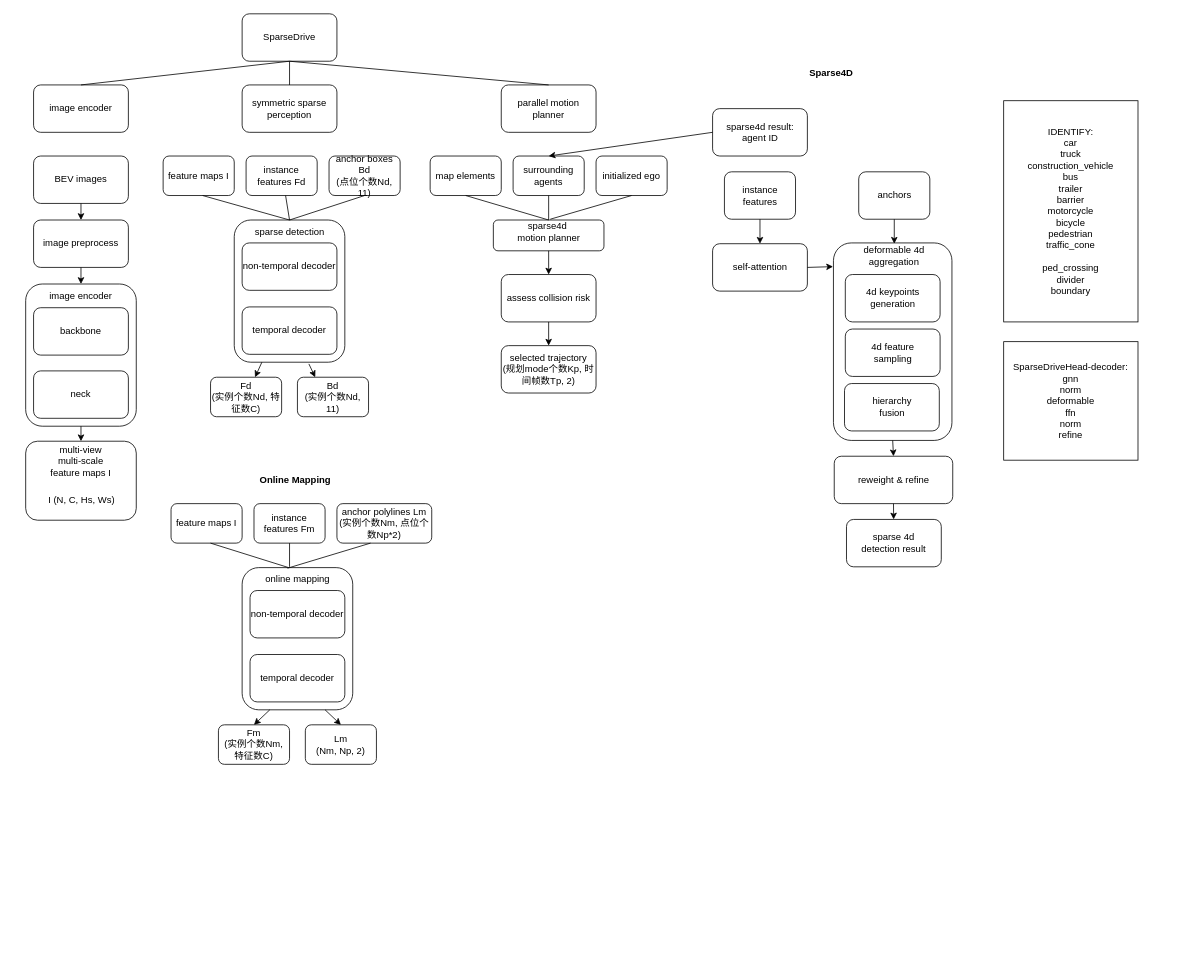
Above: sparsedrive.drawio in wxxsusie/files (draw.io), before the change. Source tidied: cells renumbered, new cells numbered last; positions are measured from the earlier drawing's top-left corner, leaving out a move shared by most shapes. Both pictures are drawn from the tidied source at 79%, with x=0, y=0 at pixel (25, 13).
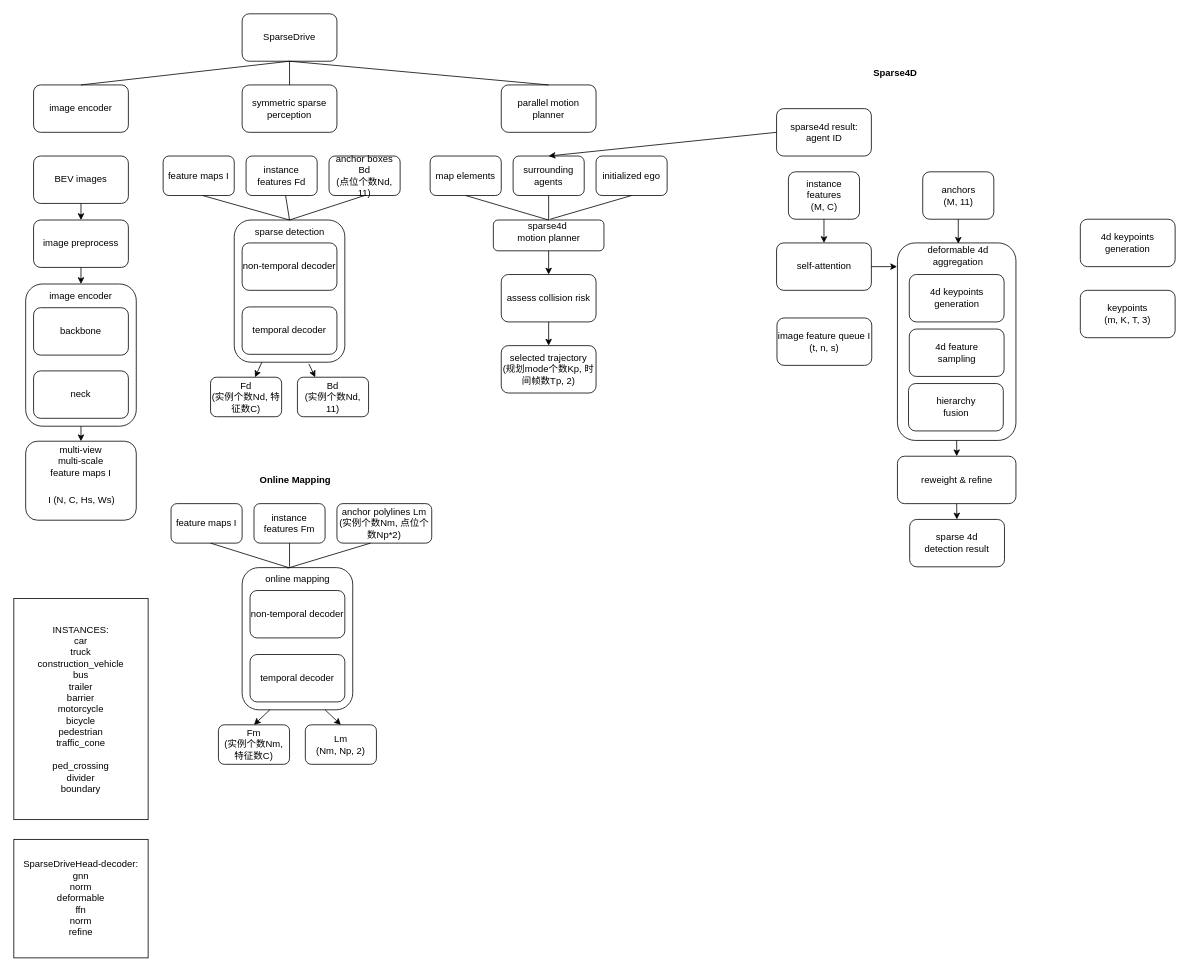
Above is the later version.

The edit, as a diff of the source:
```diff
@@
-    <mxCell id="38" value="&lt;div&gt;IDENTIFY:&lt;/div&gt;car&lt;div&gt;truck&lt;/div&gt;&lt;div&gt;construction_vehicle&lt;/div&gt;&lt;div&gt;bus&lt;/div&gt;&lt;div&gt;trailer&lt;/div&gt;&lt;div&gt;barrier&lt;/div&gt;&lt;div&gt;motorcycle&lt;/div&gt;&lt;div&gt;bicycle&lt;/div&gt;&lt;div&gt;pedestrian&lt;/div&gt;&lt;div&gt;traffic_cone&lt;/div&gt;&lt;div&gt;&lt;br&gt;&lt;/div&gt;&lt;div&gt;ped_crossing&lt;/div&gt;&lt;div&gt;divider&lt;/div&gt;&lt;div&gt;boundary&lt;/div&gt;" style="rounded=0;whiteSpace=wrap;html=1;" parent="1" vertex="1">
-      <mxGeometry x="1238" y="110" width="170" height="280" as="geometry" />
-    </mxCell>
-    <mxCell id="39" value="&lt;div&gt;SparseDriveHead-decoder:&lt;/div&gt;gnn&lt;div&gt;norm&lt;/div&gt;&lt;div&gt;deformable&lt;/div&gt;&lt;div&gt;ffn&lt;/div&gt;&lt;div&gt;norm&lt;/div&gt;&lt;div&gt;refine&lt;/div&gt;" style="rounded=0;whiteSpace=wrap;html=1;" parent="1" vertex="1">
-      <mxGeometry x="1238" y="415" width="170" height="150" as="geometry" />
-    </mxCell>
@@
-    <mxCell id="61" value="instance features" style="rounded=1;whiteSpace=wrap;html=1;" parent="1" vertex="1">
-      <mxGeometry x="884.5" y="200" width="90" height="60" as="geometry" />
+    <mxCell id="61" value="instance features&lt;div&gt;(M, C)&lt;/div&gt;" style="rounded=1;whiteSpace=wrap;html=1;" parent="1" vertex="1">
+      <mxGeometry x="965.5" y="200" width="90" height="60" as="geometry" />
     </mxCell>
-    <mxCell id="62" value="anchors" style="rounded=1;whiteSpace=wrap;html=1;" parent="1" vertex="1">
-      <mxGeometry x="1054.5" y="200" width="90" height="60" as="geometry" />
+    <mxCell id="62" value="anchors&lt;div&gt;(M, 11)&lt;/div&gt;" style="rounded=1;whiteSpace=wrap;html=1;" parent="1" vertex="1">
+      <mxGeometry x="1135.5" y="200" width="90" height="60" as="geometry" />
     </mxCell>
     <mxCell id="63" value="self-attention" style="rounded=1;whiteSpace=wrap;html=1;" parent="1" vertex="1">
-      <mxGeometry x="869.5" y="291" width="120" height="60" as="geometry" />
+      <mxGeometry x="950.5" y="290" width="120" height="60" as="geometry" />
     </mxCell>
     <mxCell id="64" style="rounded=1;whiteSpace=wrap;html=1;" parent="1" vertex="1">
-      <mxGeometry x="1022.5" y="290" width="150" height="250" as="geometry" />
+      <mxGeometry x="1103.5" y="290" width="150" height="250" as="geometry" />
     </mxCell>
     <mxCell id="65" value="deformable 4d aggregation" style="text;html=1;align=center;verticalAlign=middle;whiteSpace=wrap;rounded=0;" parent="1" vertex="1">
-      <mxGeometry x="1058" y="291" width="83" height="30" as="geometry" />
+      <mxGeometry x="1139" y="291" width="83" height="30" as="geometry" />
     </mxCell>
     <mxCell id="66" value="4d keypoints generation" style="rounded=1;whiteSpace=wrap;html=1;" parent="1" vertex="1">
-      <mxGeometry x="1037.5" y="330" width="120" height="60" as="geometry" />
+      <mxGeometry x="1118.5" y="330" width="120" height="60" as="geometry" />
     </mxCell>
     <mxCell id="67" value="4d feature&lt;br&gt;sampling" style="rounded=1;whiteSpace=wrap;html=1;" parent="1" vertex="1">
-      <mxGeometry x="1037.5" y="399" width="120" height="60" as="geometry" />
+      <mxGeometry x="1118.5" y="399" width="120" height="60" as="geometry" />
     </mxCell>
     <mxCell id="68" value="hierarchy&lt;div&gt;fusion&lt;/div&gt;" style="rounded=1;whiteSpace=wrap;html=1;" parent="1" vertex="1">
-      <mxGeometry x="1036.5" y="468" width="120" height="60" as="geometry" />
+      <mxGeometry x="1117.5" y="468" width="120" height="60" as="geometry" />
     </mxCell>
@@
     <mxCell id="70" style="endArrow=classic;html=1;rounded=0;exitX=1;exitY=0.5;exitDx=0;exitDy=0;" parent="1" edge="1" source="63">
       <mxGeometry relative="1" as="geometry">
-        <mxPoint x="1022" y="320" as="targetPoint" />
+        <mxPoint x="1103" y="320" as="targetPoint" />
       </mxGeometry>
     </mxCell>
@@
     <mxCell id="72" value="reweight &amp;amp; refine" style="rounded=1;whiteSpace=wrap;html=1;" parent="1" vertex="1">
-      <mxGeometry x="1023.5" y="560" width="150" height="60" as="geometry" />
+      <mxGeometry x="1103.5" y="560" width="150" height="60" as="geometry" />
     </mxCell>
@@
     <mxCell id="74" value="sparse 4d&lt;div&gt;detection result&lt;/div&gt;" style="rounded=1;whiteSpace=wrap;html=1;" parent="1" vertex="1">
-      <mxGeometry x="1039" y="640" width="120" height="60" as="geometry" />
+      <mxGeometry x="1119" y="640" width="120" height="60" as="geometry" />
     </mxCell>
@@
     <mxCell id="76" value="sparse4d result:&lt;div&gt;agent ID&lt;/div&gt;" style="rounded=1;whiteSpace=wrap;html=1;" parent="1" vertex="1">
-      <mxGeometry x="869.5" y="120" width="120" height="60" as="geometry" />
+      <mxGeometry x="950.5" y="120" width="120" height="60" as="geometry" />
     </mxCell>
@@
     <mxCell id="81" value="&lt;b&gt;Sparse4D&lt;/b&gt;" style="text;html=1;align=center;verticalAlign=middle;whiteSpace=wrap;rounded=0;" parent="1" vertex="1">
-      <mxGeometry x="990" y="60" width="60" height="30" as="geometry" />
+      <mxGeometry x="1071" y="60" width="60" height="30" as="geometry" />
     </mxCell>
+    <mxCell id="82" value="image feature queue I&lt;div&gt;(t, n, s)&lt;/div&gt;" style="rounded=1;whiteSpace=wrap;html=1;" parent="1" vertex="1">
+      <mxGeometry x="951" y="385" width="120" height="60" as="geometry" />
+    </mxCell>
+    <mxCell id="83" value="&lt;div&gt;INSTANCES:&lt;/div&gt;car&lt;div&gt;truck&lt;/div&gt;&lt;div&gt;construction_vehicle&lt;/div&gt;&lt;div&gt;bus&lt;/div&gt;&lt;div&gt;trailer&lt;/div&gt;&lt;div&gt;barrier&lt;/div&gt;&lt;div&gt;motorcycle&lt;/div&gt;&lt;div&gt;bicycle&lt;/div&gt;&lt;div&gt;pedestrian&lt;/div&gt;&lt;div&gt;traffic_cone&lt;/div&gt;&lt;div&gt;&lt;br&gt;&lt;/div&gt;&lt;div&gt;ped_crossing&lt;/div&gt;&lt;div&gt;divider&lt;/div&gt;&lt;div&gt;boundary&lt;/div&gt;" style="rounded=0;whiteSpace=wrap;html=1;" parent="1" vertex="1">
+      <mxGeometry x="-15" y="740" width="170" height="280" as="geometry" />
+    </mxCell>
+    <mxCell id="39" value="&lt;div&gt;SparseDriveHead-decoder:&lt;/div&gt;gnn&lt;div&gt;norm&lt;/div&gt;&lt;div&gt;deformable&lt;/div&gt;&lt;div&gt;ffn&lt;/div&gt;&lt;div&gt;norm&lt;/div&gt;&lt;div&gt;refine&lt;/div&gt;" style="rounded=0;whiteSpace=wrap;html=1;" parent="1" vertex="1">
+      <mxGeometry x="-15" y="1045" width="170" height="150" as="geometry" />
+    </mxCell>
+    <mxCell id="84" value="4d keypoints generation" style="rounded=1;whiteSpace=wrap;html=1;" parent="1" vertex="1">
+      <mxGeometry x="1335" y="260" width="120" height="60" as="geometry" />
+    </mxCell>
+    <mxCell id="85" value="keypoints&lt;div&gt;(m, K, T, 3)&lt;/div&gt;" style="rounded=1;whiteSpace=wrap;html=1;" parent="1" vertex="1">
+      <mxGeometry x="1335" y="350" width="120" height="60" as="geometry" />
+    </mxCell>
```
